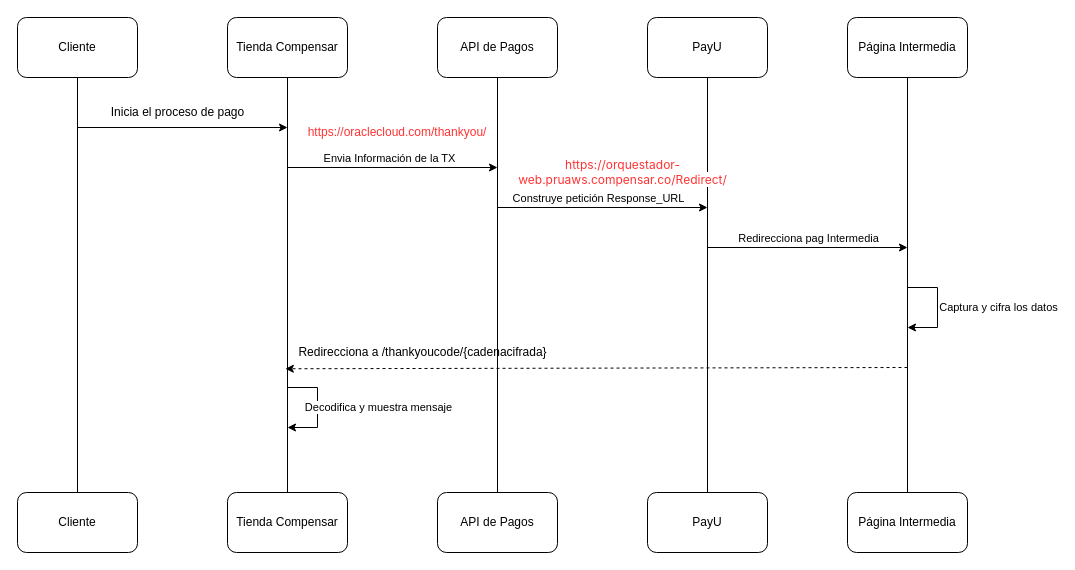
Above: page "Opción 1" (1 of 3) of Pixel.drawio in carlosvalderrama1204/diagrams (draw.io), before the change. Source tidied: cells renumbered, new cells numbered last; positions are measured from the earlier drawing's top-left corner, leaving out a move shared by most shapes. Both pictures are drawn from the tidied source at 100%, with x=0, y=0 at pixel (17, 17).
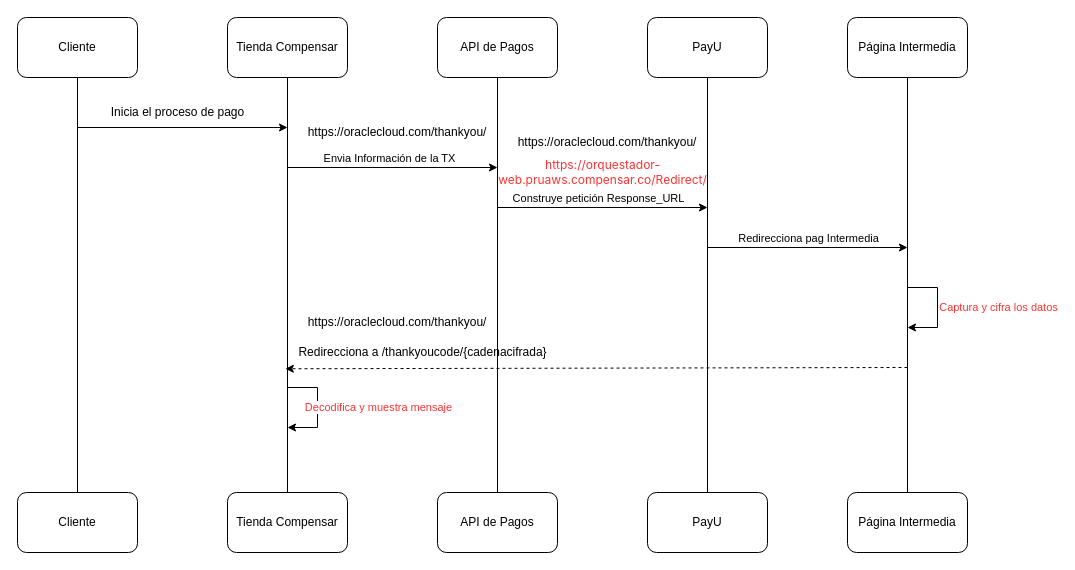
The same diagram, later.

The change refers to these unchanged cells:
```xml
<mxCell id="25" style="endArrow=classic;html=1;rounded=0;" parent="1" edge="1">
  <mxGeometry relative="1" as="geometry">
    <mxPoint x="890" y="270" as="sourcePoint" />
    <mxPoint x="890" y="310" as="targetPoint" />
    <Array as="points">
      <mxPoint x="920" y="270" />
      <mxPoint x="920" y="310" />
    </Array>
  </mxGeometry>
</mxCell>
<mxCell id="29" style="endArrow=classic;html=1;rounded=0;" parent="1" edge="1">
  <mxGeometry relative="1" as="geometry">
    <mxPoint x="270" y="370" as="sourcePoint" />
    <mxPoint x="270" y="410" as="targetPoint" />
    <Array as="points">
      <mxPoint x="300" y="370" />
      <mxPoint x="300" y="410" />
    </Array>
  </mxGeometry>
</mxCell>
```

What changed in the source:
```diff
@@
-    <mxCell id="26" value="Captura y cifra los datos" style="edgeLabel;html=1;align=center;verticalAlign=middle;" parent="25" vertex="1">
+    <mxCell id="26" value="Captura y cifra los datos" style="edgeLabel;html=1;align=center;verticalAlign=middle;fontColor=#FF3333;" parent="25" vertex="1">
       <mxGeometry x="-0.01" y="3" relative="1" as="geometry">
         <mxPoint x="57" y="-1" as="offset" />
       </mxGeometry>
     </mxCell>
@@
-    <mxCell id="30" value="Decodifica y muestra mensaje" style="edgeLabel;html=1;align=center;verticalAlign=middle;" parent="29" vertex="1">
+    <mxCell id="30" value="Decodifica y muestra mensaje" style="edgeLabel;html=1;align=center;verticalAlign=middle;fontColor=#FF3333;" parent="29" vertex="1">
       <mxGeometry x="-0.01" y="3" relative="1" as="geometry">
         <mxPoint x="57" y="-1" as="offset" />
       </mxGeometry>
     </mxCell>
-    <mxCell id="31" value="https://oraclecloud.com/thankyou/" style="text;html=1;align=center;verticalAlign=middle;whiteSpace=wrap;rounded=0;fontColor=#FF3333;" parent="1" vertex="1">
+    <mxCell id="31" value="https://oraclecloud.com/thankyou/" style="text;html=1;align=center;verticalAlign=middle;whiteSpace=wrap;rounded=0;fontColor=#000000;" parent="1" vertex="1">
       <mxGeometry x="350" y="100" width="60" height="30" as="geometry" />
     </mxCell>
     <mxCell id="32" value="&lt;span style=&quot;font-family: Inter, system-ui, -apple-system, BlinkMacSystemFont, &amp;quot;Segoe UI&amp;quot;, Roboto, Oxygen, Ubuntu, Cantarell, &amp;quot;Fira Sans&amp;quot;, &amp;quot;Droid Sans&amp;quot;, Helvetica, Arial, sans-serif; text-align: left; white-space: pre-wrap; background-color: rgb(255, 255, 255);&quot;&gt;https://orquestador-web.pruaws.compensar.co/Redirect/&lt;/span&gt;" style="text;html=1;align=center;verticalAlign=middle;strokeColor=none;fillColor=none;fontColor=#FF3333;" parent="1" vertex="1">
-      <mxGeometry x="430" y="140" width="350" height="30" as="geometry" />
+      <mxGeometry x="410" y="140" width="350" height="30" as="geometry" />
     </mxCell>
+    <mxCell id="33" value="https://oraclecloud.com/thankyou/" style="text;html=1;align=center;verticalAlign=middle;whiteSpace=wrap;rounded=0;fontColor=#000000;" parent="1" vertex="1">
+      <mxGeometry x="350" y="290" width="60" height="30" as="geometry" />
+    </mxCell>
+    <mxCell id="34" value="https://oraclecloud.com/thankyou/" style="text;html=1;align=center;verticalAlign=middle;whiteSpace=wrap;rounded=0;fontColor=#000000;" parent="1" vertex="1">
+      <mxGeometry x="560" y="110" width="60" height="30" as="geometry" />
+    </mxCell>
```
